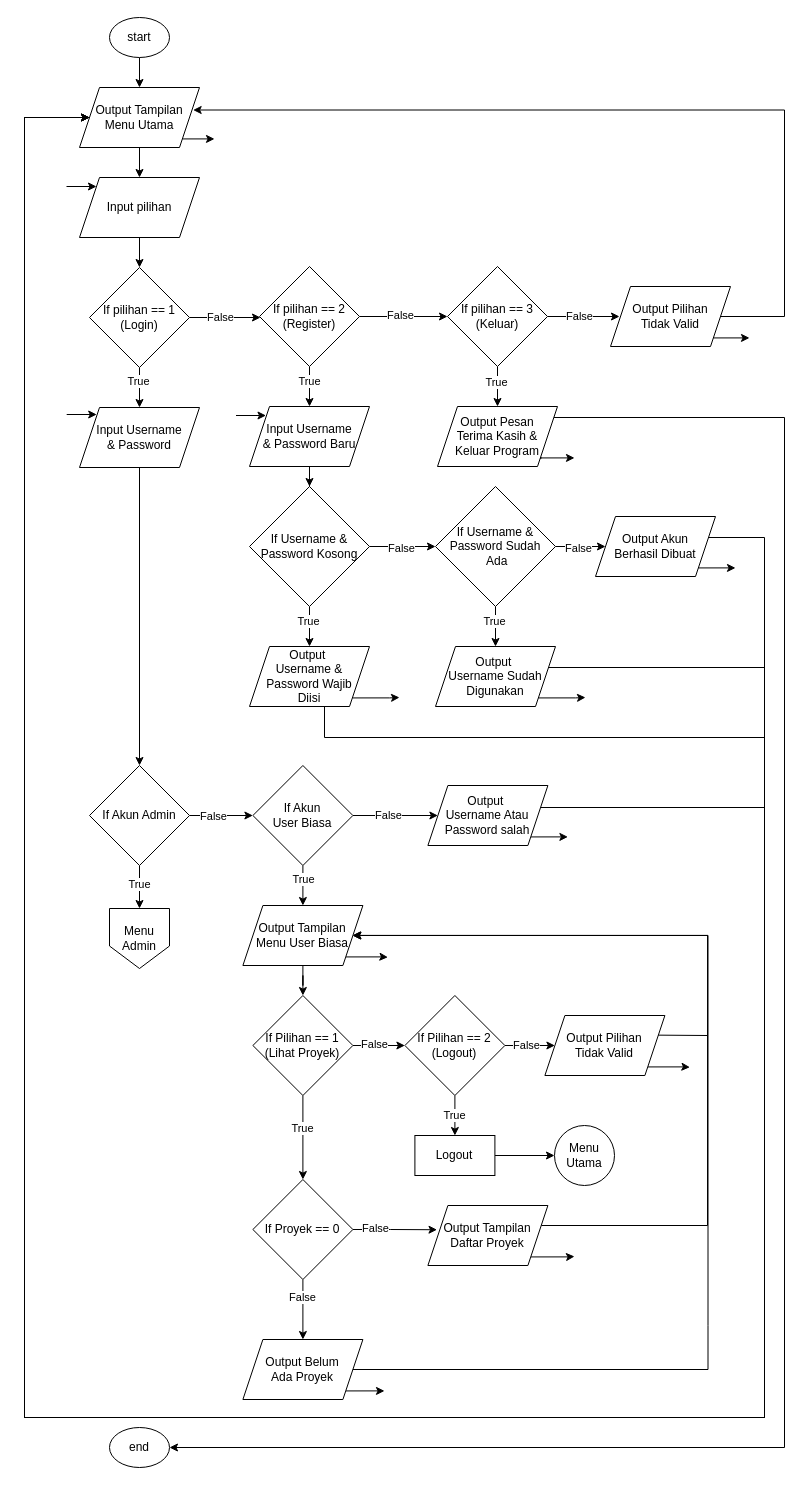
WAST3D-Git/Praktikum_APD_B2-25 keeps this draw.io diagram as page "Menu Utama & User Biasa" (1 of 2) of praktikum-apd/post-test/post-test-apd-6/2509106081-MuhammadIhsanRosadi-PT-6.drawio. Above is the earlier version. Source tidied: cells renumbered, new cells numbered last; positions are measured from the earlier drawing's top-left corner, leaving out a move shared by most shapes. Both pictures are drawn from the tidied source at 100%, with x=0, y=0 at pixel (24, 17).
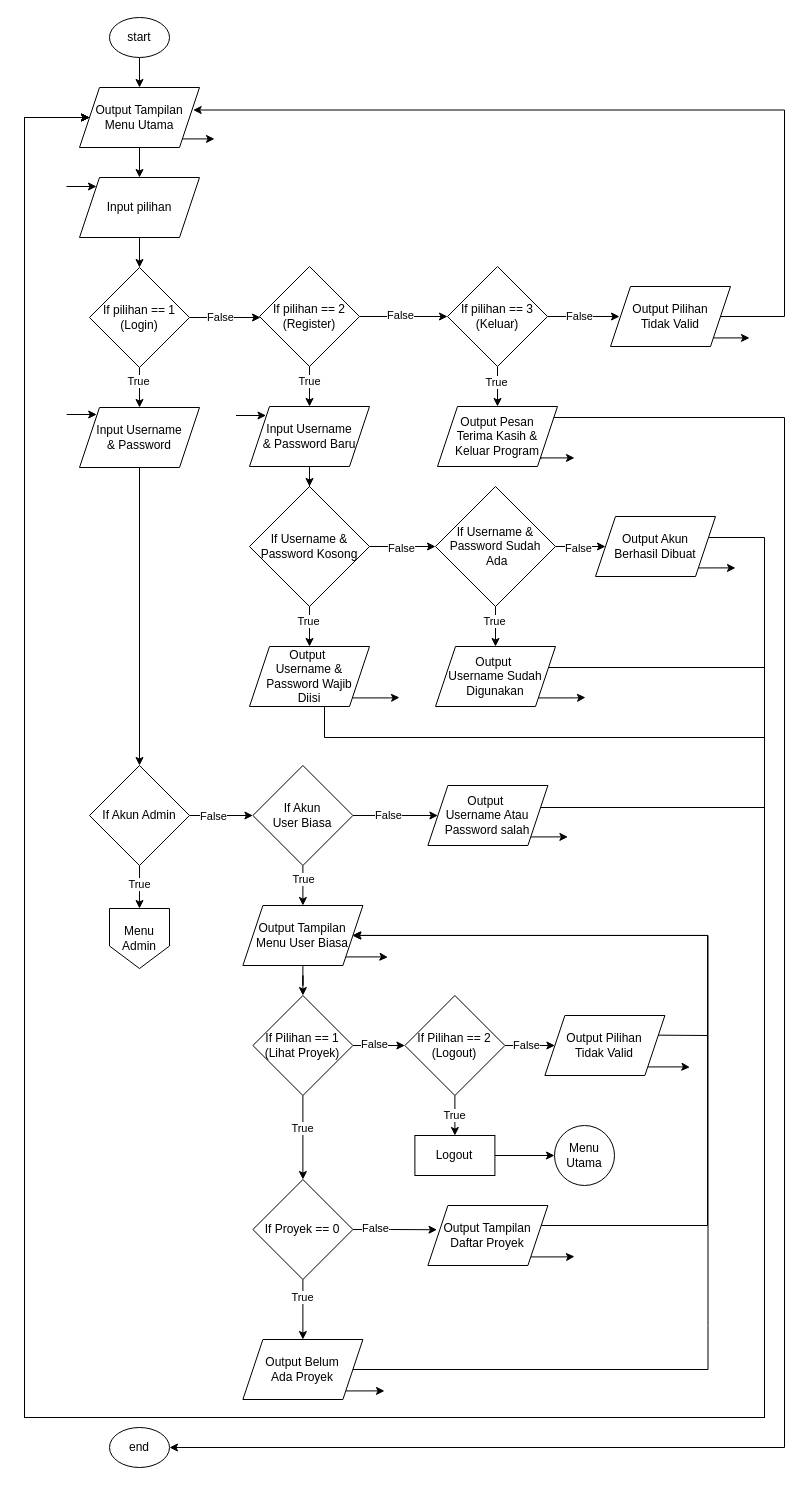
After the change.

The change refers to these unchanged cells:
```xml
<mxCell id="89" style="edgeStyle=orthogonalEdgeStyle;rounded=0;jettySize=auto;html=1;" parent="1" edge="1" source="91" target="93">
  <mxGeometry relative="1" as="geometry" />
</mxCell>
```

Change to the diagram source:
```diff
@@
-    <mxCell id="90" value="False" style="edgeLabel;html=1;align=center;verticalAlign=middle;" parent="89" vertex="1">
+    <mxCell id="90" value="True" style="edgeLabel;html=1;align=center;verticalAlign=middle;" parent="89" vertex="1">
       <mxGeometry x="-0.42" y="-1" relative="1" as="geometry" />
     </mxCell>
```
